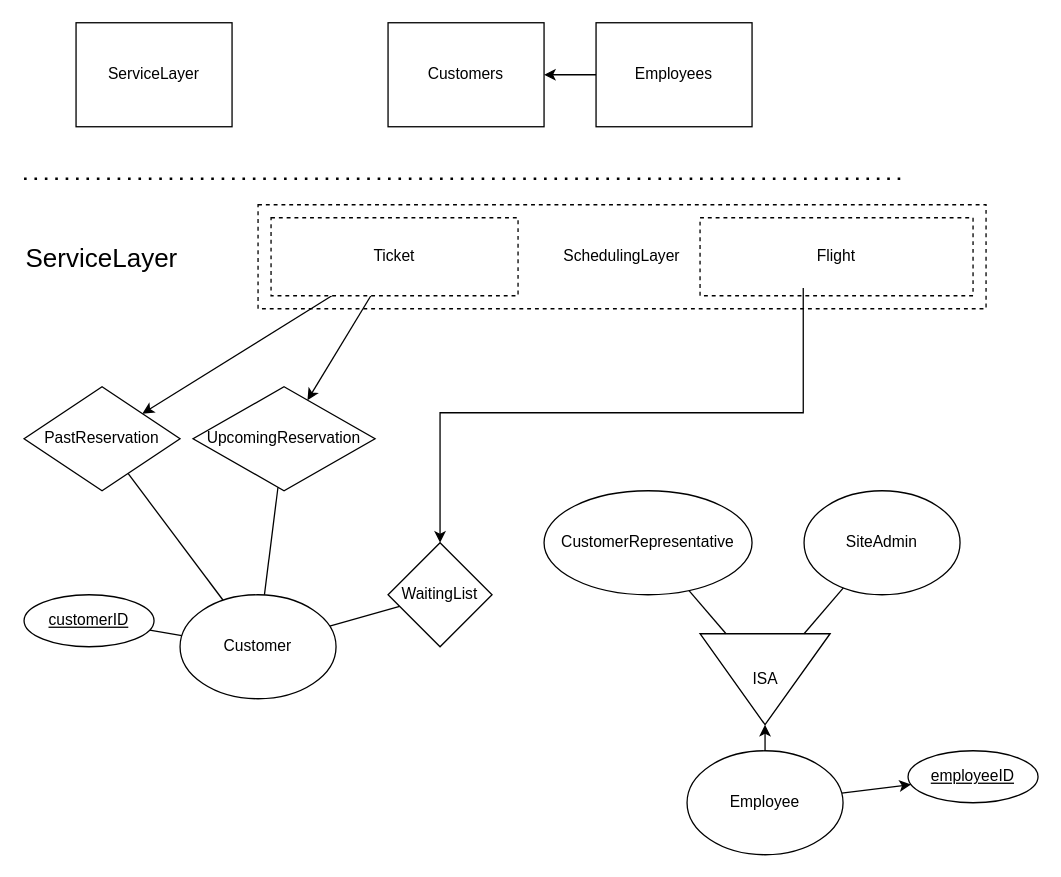
Above: page "ServiceLayer" (5 of 5) of ERDiagram.drawio in kyle4036/DatabaseManagement2026Project1 (draw.io), before the change. Source tidied: cells renumbered, new cells numbered last; positions are measured from the earlier drawing's top-left corner, leaving out a move shared by most shapes. Both pictures are drawn from the tidied source at 130%, with x=0, y=0 at pixel (23, 22).
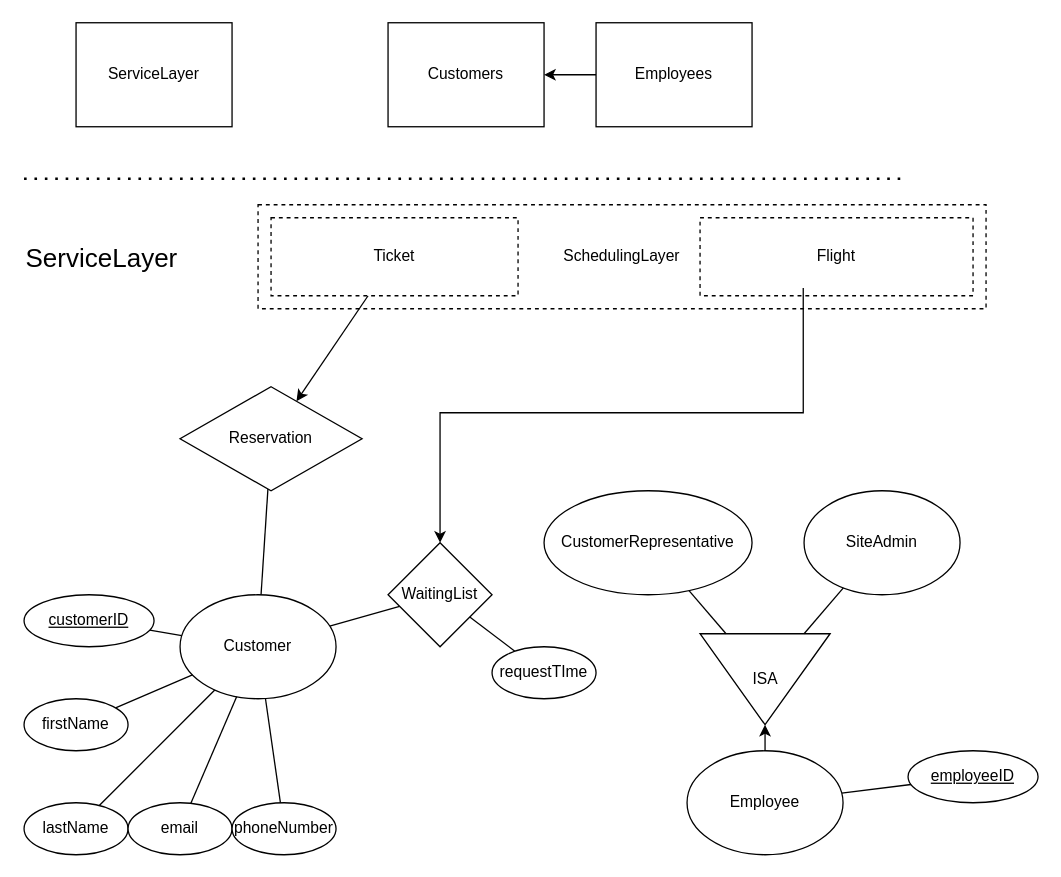
After the change.

The change refers to these unchanged cells:
```xml
<mxCell id="12" value="Customer" style="ellipse;whiteSpace=wrap;html=1;" parent="1" vertex="1">
  <mxGeometry x="120" y="440" width="120" height="80" as="geometry" />
</mxCell>
<mxCell id="14" value="Employee" style="ellipse;whiteSpace=wrap;html=1;" parent="1" vertex="1">
  <mxGeometry x="510" y="560" width="120" height="80" as="geometry" />
</mxCell>
<mxCell id="29" value="Ticket" style="rounded=0;whiteSpace=wrap;html=1;dashed=1;" parent="1" vertex="1">
  <mxGeometry x="190" y="150" width="190" height="60" as="geometry" />
</mxCell>
<mxCell id="30" value="WaitingList" style="rhombus;whiteSpace=wrap;html=1;" parent="1" vertex="1">
  <mxGeometry x="280" y="400" width="80" height="80" as="geometry" />
</mxCell>
<mxCell id="33" value="employeeID" style="ellipse;whiteSpace=wrap;html=1;align=center;fontStyle=4;" parent="1" vertex="1">
  <mxGeometry x="680" y="560" width="100" height="40" as="geometry" />
</mxCell>
```

The edit, as a diff of the source:
```diff
@@
-    <mxCell id="9" style="rounded=0;jettySize=auto;html=1;endArrow=none;endFill=0;" parent="1" edge="1" source="12" target="26">
-      <mxGeometry relative="1" as="geometry" />
-    </mxCell>
@@
-    <mxCell id="13" style="rounded=0;jettySize=auto;html=1;" parent="1" edge="1" source="14" target="33">
+    <mxCell id="13" style="rounded=0;jettySize=auto;html=1;endArrow=none;endFill=0;" parent="1" edge="1" source="14" target="33">
       <mxGeometry relative="1" as="geometry" />
     </mxCell>
@@
-    <mxCell id="25" style="rounded=0;jettySize=auto;html=1;endArrow=none;endFill=0;startArrow=classic;startFill=1;" parent="1" edge="1" source="26" target="29">
-      <mxGeometry relative="1" as="geometry" />
-    </mxCell>
-    <mxCell id="26" value="PastReservation" style="rhombus;whiteSpace=wrap;html=1;" parent="1" vertex="1">
-      <mxGeometry y="280" width="120" height="80" as="geometry" />
-    </mxCell>
@@
-    <mxCell id="28" value="Upcoming&lt;span style=&quot;background-color: transparent; color: light-dark(rgb(0, 0, 0), rgb(255, 255, 255));&quot;&gt;Reservation&lt;/span&gt;" style="rhombus;whiteSpace=wrap;html=1;" parent="1" vertex="1">
-      <mxGeometry x="130" y="280" width="140" height="80" as="geometry" />
+    <mxCell id="28" value="&lt;span style=&quot;background-color: transparent; color: light-dark(rgb(0, 0, 0), rgb(255, 255, 255));&quot;&gt;Reservation&lt;/span&gt;" style="rhombus;whiteSpace=wrap;html=1;" parent="1" vertex="1">
+      <mxGeometry x="120" y="280" width="140" height="80" as="geometry" />
     </mxCell>
@@
+    <mxCell id="34" style="rounded=0;jettySize=auto;html=1;endArrow=none;endFill=0;" parent="1" edge="1" source="35" target="12">
+      <mxGeometry relative="1" as="geometry" />
+    </mxCell>
+    <mxCell id="35" value="firstName" style="ellipse;whiteSpace=wrap;html=1;" parent="1" vertex="1">
+      <mxGeometry y="520" width="80" height="40" as="geometry" />
+    </mxCell>
+    <mxCell id="36" value="lastName" style="ellipse;whiteSpace=wrap;html=1;" parent="1" vertex="1">
+      <mxGeometry y="600" width="80" height="40" as="geometry" />
+    </mxCell>
+    <mxCell id="37" style="rounded=0;jettySize=auto;html=1;endArrow=none;endFill=0;" parent="1" edge="1" source="38" target="12">
+      <mxGeometry relative="1" as="geometry" />
+    </mxCell>
+    <mxCell id="38" value="email" style="ellipse;whiteSpace=wrap;html=1;" parent="1" vertex="1">
+      <mxGeometry x="80" y="600" width="80" height="40" as="geometry" />
+    </mxCell>
+    <mxCell id="39" style="rounded=0;jettySize=auto;html=1;endArrow=none;endFill=0;" parent="1" edge="1" source="40" target="12">
+      <mxGeometry relative="1" as="geometry" />
+    </mxCell>
+    <mxCell id="40" value="phoneNumber" style="ellipse;whiteSpace=wrap;html=1;" parent="1" vertex="1">
+      <mxGeometry x="160" y="600" width="80" height="40" as="geometry" />
+    </mxCell>
+    <mxCell id="41" style="rounded=0;jettySize=auto;html=1;endArrow=none;endFill=0;" parent="1" edge="1" source="36" target="12">
+      <mxGeometry relative="1" as="geometry" />
+    </mxCell>
+    <mxCell id="42" style="rounded=0;jettySize=auto;html=1;endArrow=none;endFill=0;" parent="1" edge="1" source="43" target="30">
+      <mxGeometry relative="1" as="geometry" />
+    </mxCell>
+    <mxCell id="43" value="requestTIme" style="ellipse;whiteSpace=wrap;html=1;" parent="1" vertex="1">
+      <mxGeometry x="360" y="480" width="80" height="40" as="geometry" />
+    </mxCell>
```
